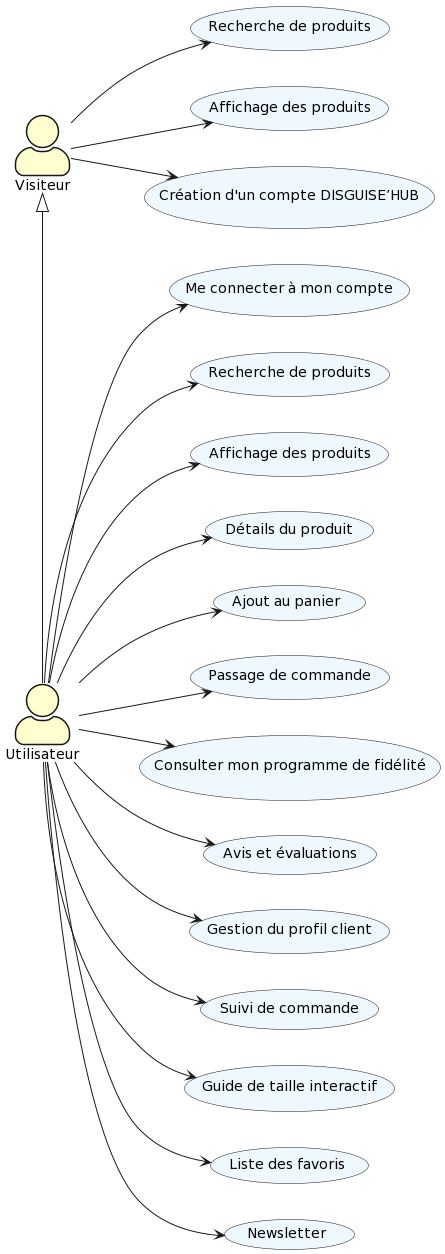
This is docs/Diagramme de Cas d'Utilisation - Utilisateur.png from IUT-Blagnac/SAE-3-01-DevApp-G11-DisguiseHub, a PlantUML export, as it was before one commit. Source of this version:
```plantuml
@startuml
skinparam actorStyle awesome
left to right direction

actor "Visiteur" as v #FEFECE
usecase "Recherche de produits" as v1 #F0F8FF
usecase "Affichage des produits" as v2 #F0F8FF
usecase "Création d'un compte DISGUISE’HUB" as v3 #F0F8FF
v --> v1
v --> v2
v --> v3

actor "Utilisateur" as s #FEFECE
usecase "Me connecter à mon compte" as s1 #F0F8FF
usecase "Recherche de produits" as s2 #F0F8FF
usecase "Affichage des produits" as s3 #F0F8FF
usecase "Détails du produit" as s4 #F0F8FF
usecase "Ajout au panier" as s5 #F0F8FF
usecase "Passage de commande" as s6 #F0F8FF
usecase "Consulter mon programme de fidélité" as s7 #F0F8FF
usecase "Avis et évaluations" as s8 #F0F8FF
usecase "Gestion du profil client" as s9 #F0F8FF
usecase "Suivi de commande" as s10 #F0F8FF
usecase "Guide de taille interactif" as s11 #F0F8FF
usecase "Liste des favoris" as s12 #F0F8FF
usecase "Newsletter" as s13 #F0F8FF
s --> s1
s --> s2
s --> s3
s --> s4
s --> s5
s --> s6
s --> s7
s --> s8
s --> s9
s --> s10
s --> s11
s --> s12
s --> s13

v <|- s
@enduml
```
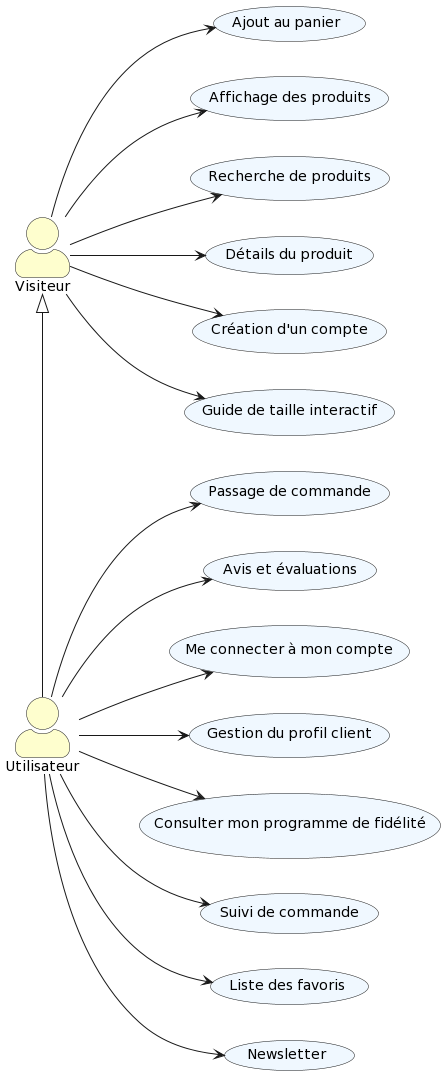
Above is the later version.

What changed in the source:
```diff
@@ -3,40 +3,36 @@
 left to right direction
 
 actor "Visiteur" as v #FEFECE
-usecase "Recherche de produits" as v1 #F0F8FF
+usecase "Ajout au panier" as v1 #F0F8FF
 usecase "Affichage des produits" as v2 #F0F8FF
-usecase "Création d'un compte DISGUISE’HUB" as v3 #F0F8FF
+usecase "Recherche de produits" as v3 #F0F8FF
+usecase "Détails du produit" as v4 #F0F8FF
+usecase "Création d'un compte" as v5 #F0F8FF
+usecase "Guide de taille interactif" as v6 #F0F8FF
 v --> v1
 v --> v2
 v --> v3
+v --> v4
+v --> v5
+v --> v6
 
-actor "Utilisateur" as s #FEFECE
-usecase "Me connecter à mon compte" as s1 #F0F8FF
-usecase "Recherche de produits" as s2 #F0F8FF
-usecase "Affichage des produits" as s3 #F0F8FF
-usecase "Détails du produit" as s4 #F0F8FF
-usecase "Ajout au panier" as s5 #F0F8FF
-usecase "Passage de commande" as s6 #F0F8FF
-usecase "Consulter mon programme de fidélité" as s7 #F0F8FF
-usecase "Avis et évaluations" as s8 #F0F8FF
-usecase "Gestion du profil client" as s9 #F0F8FF
-usecase "Suivi de commande" as s10 #F0F8FF
-usecase "Guide de taille interactif" as s11 #F0F8FF
-usecase "Liste des favoris" as s12 #F0F8FF
-usecase "Newsletter" as s13 #F0F8FF
-s --> s1
-s --> s2
-s --> s3
-s --> s4
-s --> s5
-s --> s6
-s --> s7
-s --> s8
-s --> s9
-s --> s10
-s --> s11
-s --> s12
-s --> s13
+actor "Utilisateur" as u #FEFECE
+usecase "Passage de commande" as u1 #F0F8FF
+usecase "Avis et évaluations" as u2 #F0F8FF
+usecase "Me connecter à mon compte" as u3 #F0F8FF
+usecase "Gestion du profil client" as u4 #F0F8FF
+usecase "Consulter mon programme de fidélité" as u5 #F0F8FF
+usecase "Suivi de commande" as u6 #F0F8FF
+usecase "Liste des favoris" as u7 #F0F8FF
+usecase "Newsletter" as u8 #F0F8FF
+u --> u1
+u --> u2
+u --> u3
+u --> u4
+u --> u5
+u --> u6
+u --> u7
+u --> u8
 
-v <|- s
+v <|- u
 @enduml
```
